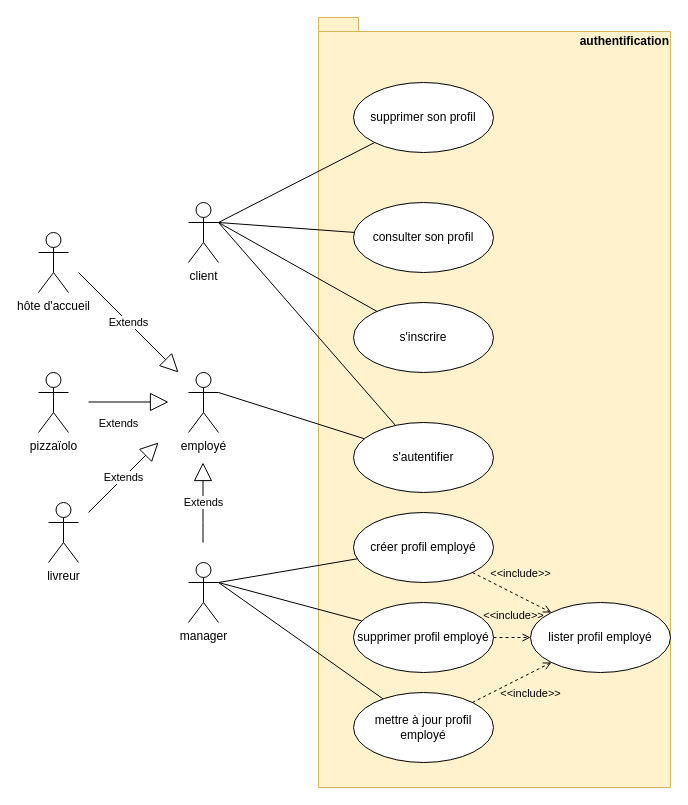
Before: page "package-auth" (7 of 7) of diagrammes.drawio in remace/OC-P4-UML_Pizzeria, a draw.io diagram. Source tidied: cells renumbered, new cells numbered last; positions are measured from the earlier drawing's top-left corner, leaving out a move shared by most shapes. Both pictures are drawn from the tidied source at 100%, with x=0, y=0 at pixel (38, 17).
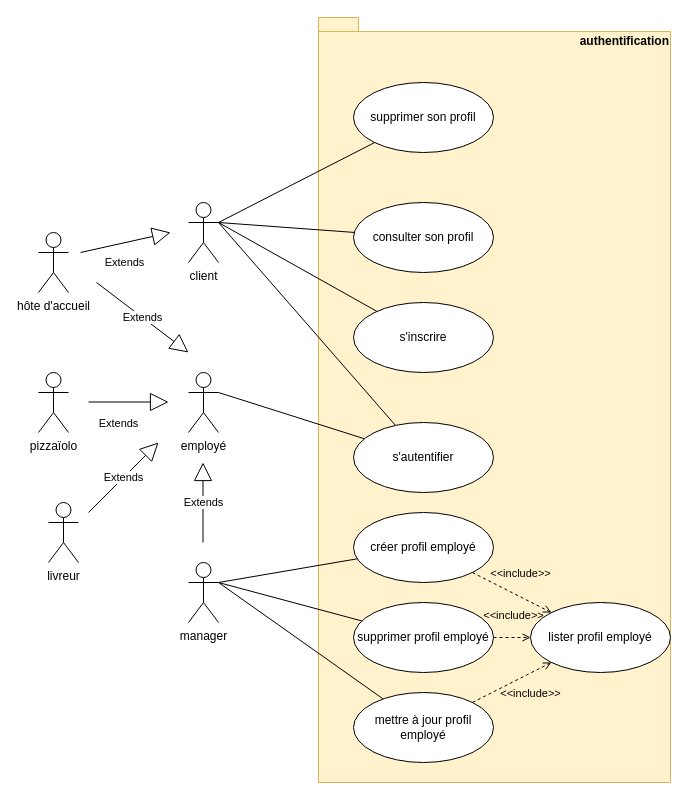
The same page after the edit.

What changed in the source:
```diff
@@
     <mxCell id="4" value="authentification" style="shape=folder;fontStyle=1;spacingTop=10;tabWidth=40;tabHeight=14;tabPosition=left;html=1;align=right;verticalAlign=top;fillColor=#fff2cc;strokeColor=#d6b656;" parent="1" vertex="1">
-      <mxGeometry x="280" width="352" height="770" as="geometry" />
+      <mxGeometry x="280" width="352" height="765" as="geometry" />
     </mxCell>
@@
     <mxCell id="10" value="Extends" style="endArrow=block;endSize=16;endFill=0;html=1;" parent="1" edge="1">
       <mxGeometry relative="1" as="geometry">
-        <mxPoint x="40" y="255" as="sourcePoint" />
-        <mxPoint x="140" y="355" as="targetPoint" />
+        <mxPoint x="58" y="265" as="sourcePoint" />
+        <mxPoint x="150" y="335" as="targetPoint" />
       </mxGeometry>
     </mxCell>
@@
+    <mxCell id="32" value="Extends" style="endArrow=block;endSize=16;endFill=0;html=1;" parent="1" edge="1">
+      <mxGeometry x="-0.12" y="-19" relative="1" as="geometry">
+        <mxPoint x="42" y="235" as="sourcePoint" />
+        <mxPoint x="132" y="215" as="targetPoint" />
+      </mxGeometry>
+    </mxCell>
```
